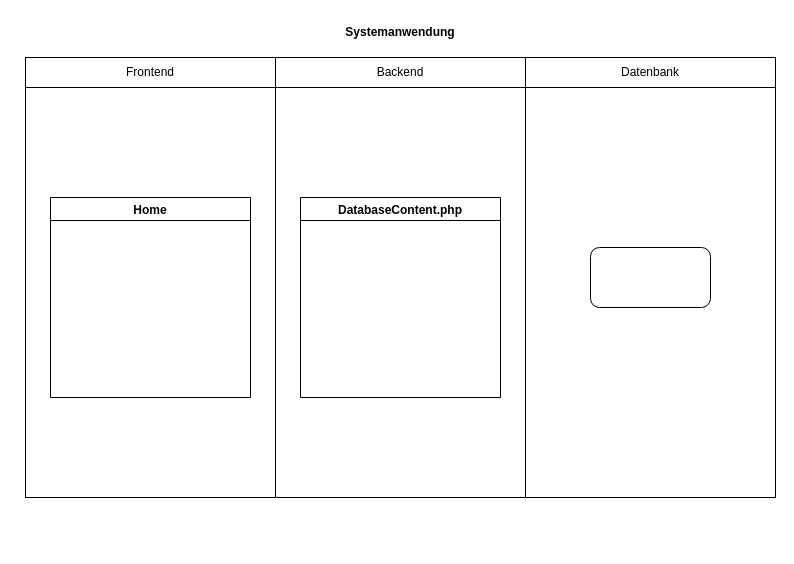
CoffeeAddict987/Technik_Blog keeps this draw.io diagram as Dokumentation/Vorlage.drawio. Above is the earlier version. Source tidied: cells renumbered, new cells numbered last; positions are measured from the earlier drawing's top-left corner, leaving out a move shared by most shapes. Both pictures are drawn from the tidied source at 100%, with x=0, y=0 at pixel (25, 17).
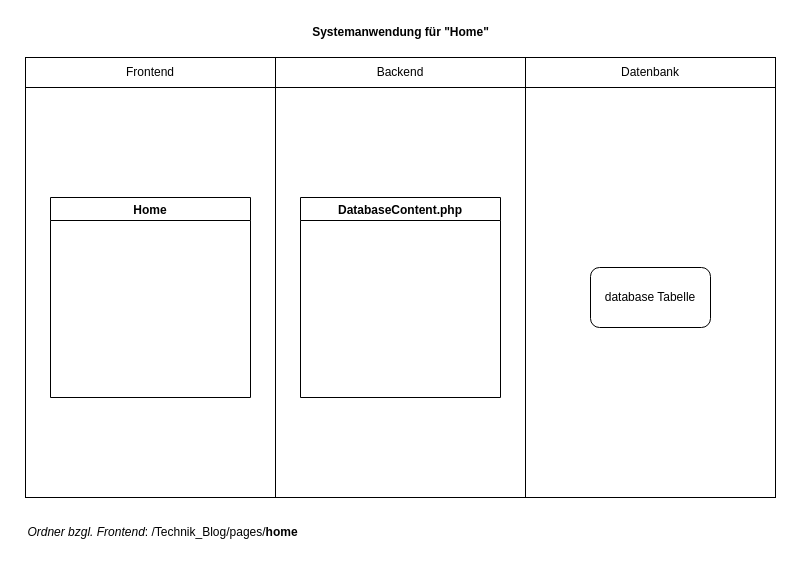
The same diagram, later.

What changed in the source:
```diff
@@
 <mxGraphModel>
   <root>
     <mxCell id="0" />
     <mxCell id="1" parent="0" />
-    <mxCell id="2" value="Systemanwendung" style="text;html=1;strokeColor=none;fillColor=none;align=center;verticalAlign=middle;whiteSpace=wrap;rounded=0;fontStyle=1;" parent="1" vertex="1">
-      <mxGeometry x="313" width="124" height="30" as="geometry" />
+    <mxCell id="2" value="Systemanwendung für &quot;Home&quot;" style="text;html=1;strokeColor=none;fillColor=none;align=center;verticalAlign=middle;whiteSpace=wrap;rounded=0;fontStyle=1;" parent="1" vertex="1">
+      <mxGeometry x="281.5" width="187" height="30" as="geometry" />
     </mxCell>
     <mxCell id="3" style="rounded=0;whiteSpace=wrap;html=1;labelPosition=center;verticalLabelPosition=top;align=center;verticalAlign=bottom;spacingTop=0;" parent="1" vertex="1">
       <mxGeometry y="40" width="250" height="440" as="geometry" />
     </mxCell>
     <mxCell id="4" style="rounded=0;whiteSpace=wrap;html=1;" parent="1" vertex="1">
       <mxGeometry x="250" y="40" width="250" height="440" as="geometry" />
     </mxCell>
     <mxCell id="5" style="rounded=0;whiteSpace=wrap;html=1;" parent="1" vertex="1">
       <mxGeometry x="500" y="40" width="250" height="440" as="geometry" />
     </mxCell>
     <mxCell id="6" value="Frontend" style="text;html=1;strokeColor=none;fillColor=none;align=center;verticalAlign=middle;whiteSpace=wrap;rounded=0;" parent="1" vertex="1">
       <mxGeometry x="95" y="40" width="60" height="30" as="geometry" />
     </mxCell>
     <mxCell id="7" value="Datenbank" style="text;html=1;strokeColor=none;fillColor=none;align=center;verticalAlign=middle;whiteSpace=wrap;rounded=0;" parent="1" vertex="1">
       <mxGeometry x="595" y="40" width="60" height="30" as="geometry" />
     </mxCell>
     <mxCell id="8" value="Backend" style="text;html=1;strokeColor=none;fillColor=none;align=center;verticalAlign=middle;whiteSpace=wrap;rounded=0;" parent="1" vertex="1">
       <mxGeometry x="345" y="40" width="60" height="30" as="geometry" />
     </mxCell>
     <mxCell id="9" style="endArrow=none;html=1;rounded=0;" parent="1" edge="1">
       <mxGeometry relative="1" as="geometry">
         <mxPoint y="70" as="sourcePoint" />
         <mxPoint x="750" y="70" as="targetPoint" />
       </mxGeometry>
     </mxCell>
     <mxCell id="10" value="Home" style="swimlane;" parent="1" vertex="1">
       <mxGeometry x="25" y="180" width="200" height="200" as="geometry" />
     </mxCell>
     <mxCell id="11" value="DatabaseContent.php" style="swimlane;" parent="1" vertex="1">
       <mxGeometry x="275" y="180" width="200" height="200" as="geometry" />
     </mxCell>
-    <mxCell id="12" style="rounded=1;whiteSpace=wrap;html=1;" parent="1" vertex="1">
-      <mxGeometry x="565" y="230" width="120" height="60" as="geometry" />
+    <mxCell id="12" value="database Tabelle" style="rounded=1;whiteSpace=wrap;html=1;" parent="1" vertex="1">
+      <mxGeometry x="565" y="250" width="120" height="60" as="geometry" />
     </mxCell>
+    <mxCell id="13" value="&lt;i&gt;Ordner bzgl. Frontend&lt;/i&gt;: /Technik_Blog/pages/&lt;b&gt;home&lt;/b&gt;" style="text;html=1;align=center;verticalAlign=middle;strokeColor=none;fillColor=none;" parent="1" vertex="1">
+      <mxGeometry x="-8.5" y="500" width="290" height="30" as="geometry" />
+    </mxCell>
   </root>
 </mxGraphModel>
```
